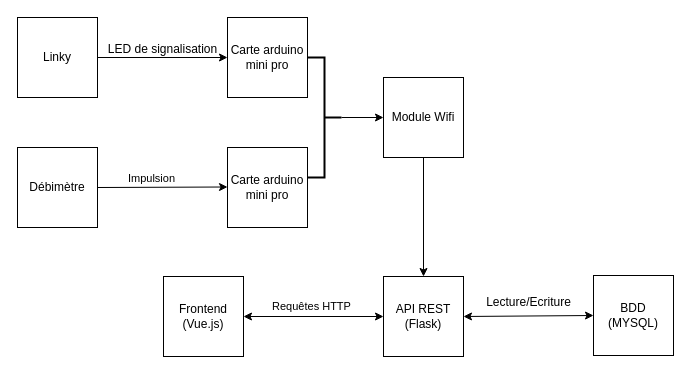
Above: synoptique.drawio in leeeooooooooo/Projet_Visualisation (draw.io), before the change. Source tidied: cells renumbered, new cells numbered last; positions are measured from the earlier drawing's top-left corner, leaving out a move shared by most shapes. Both pictures are drawn from the tidied source at 100%, with x=0, y=0 at pixel (17, 17).
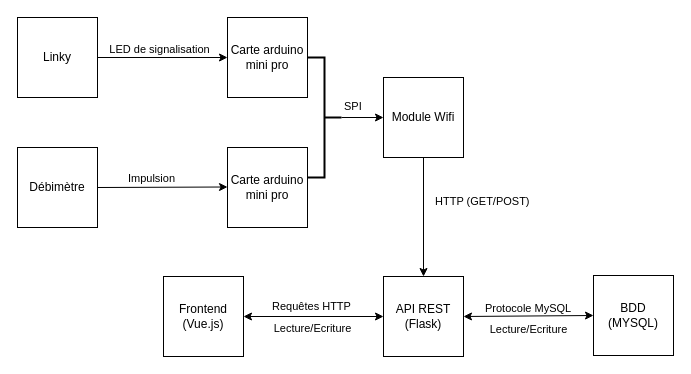
After the change.

Commit message (it also covers changes not shown here):
Mettre à jour synoptique.drawio

The edit, as a diff of the source:
```diff
@@
-    <mxCell id="19" value="Lecture/Ecriture" style="text;html=1;align=center;verticalAlign=middle;strokeColor=none;fillColor=none;" parent="1" vertex="1">
-      <mxGeometry x="456" y="270" width="110" height="30" as="geometry" />
+    <mxCell id="19" value="&lt;font style=&quot;font-size: 11px;&quot;&gt;Lecture/Ecriture&lt;/font&gt;" style="text;html=1;align=center;verticalAlign=middle;strokeColor=none;fillColor=none;" parent="1" vertex="1">
+      <mxGeometry x="461" y="297" width="100" height="30" as="geometry" />
     </mxCell>
-    <mxCell id="20" value="LED de signalisation" style="text;html=1;align=center;verticalAlign=middle;strokeColor=none;fillColor=none;" parent="1" vertex="1">
-      <mxGeometry x="80" y="17" width="130" height="30" as="geometry" />
+    <mxCell id="20" value="&lt;font style=&quot;font-size: 11px;&quot;&gt;LED de signalisation&lt;/font&gt;" style="text;html=1;align=center;verticalAlign=middle;strokeColor=none;fillColor=none;" parent="1" vertex="1">
+      <mxGeometry x="82" y="17" width="120" height="30" as="geometry" />
     </mxCell>
+    <mxCell id="21" value="&lt;font style=&quot;font-size: 11px;&quot;&gt;SPI&lt;/font&gt;" style="text;whiteSpace=wrap;html=1;" parent="1" vertex="1">
+      <mxGeometry x="325" y="75" width="30" height="20" as="geometry" />
+    </mxCell>
+    <mxCell id="22" value="&lt;font style=&quot;font-size: 11px;&quot;&gt;HTTP (GET/POST)&lt;/font&gt;" style="text;whiteSpace=wrap;html=1;" parent="1" vertex="1">
+      <mxGeometry x="416" y="170" width="110" height="20" as="geometry" />
+    </mxCell>
+    <mxCell id="23" value="&lt;font style=&quot;font-size: 11px;&quot;&gt;Protocole MySQL&lt;/font&gt;" style="text;whiteSpace=wrap;html=1;" parent="1" vertex="1">
+      <mxGeometry x="466" y="277" width="90" height="20" as="geometry" />
+    </mxCell>
+    <mxCell id="24" value="&lt;font style=&quot;font-size: 11px;&quot;&gt;Lecture/Ecriture&lt;/font&gt;" style="text;html=1;align=center;verticalAlign=middle;strokeColor=none;fillColor=none;" parent="1" vertex="1">
+      <mxGeometry x="245" y="296" width="100" height="30" as="geometry" />
+    </mxCell>
```
